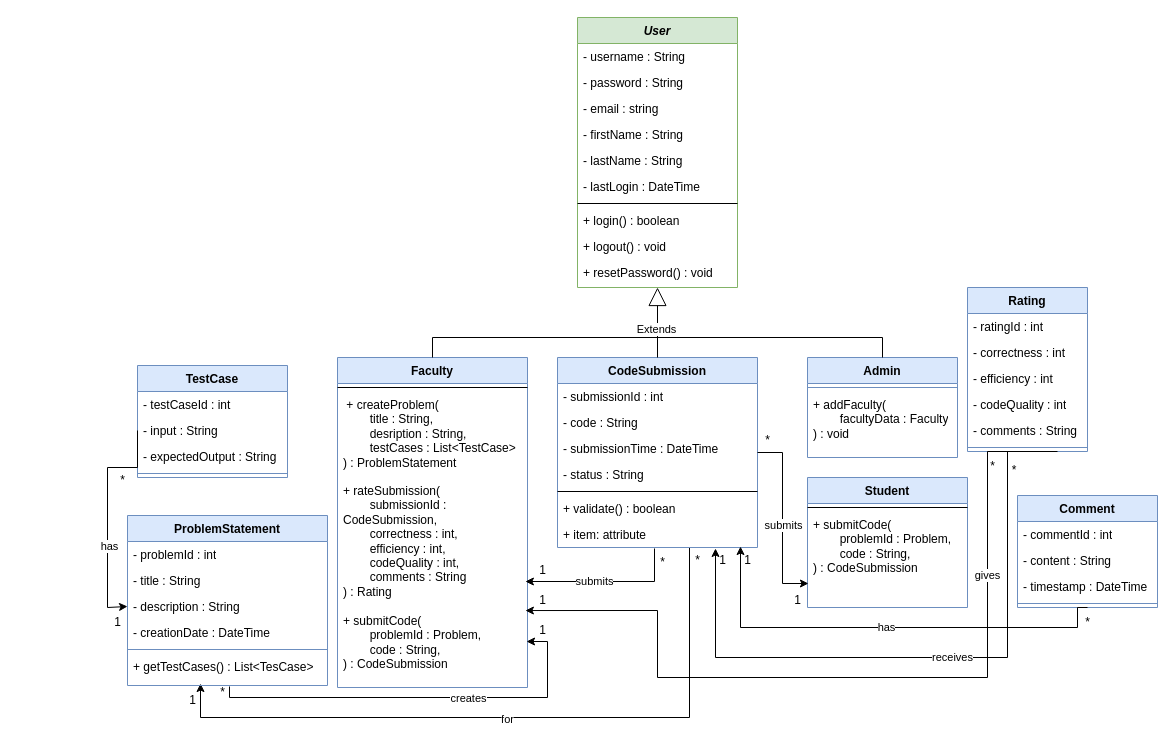
shamim36/Final-Defence-Diagram keeps this draw.io diagram as UML Class Diagram.drawio. Above is the earlier version. Source tidied: cells renumbered, new cells numbered last; positions are measured from the earlier drawing's top-left corner, leaving out a move shared by most shapes. Both pictures are drawn from the tidied source at 100%, with x=0, y=0 at pixel (17, 17).
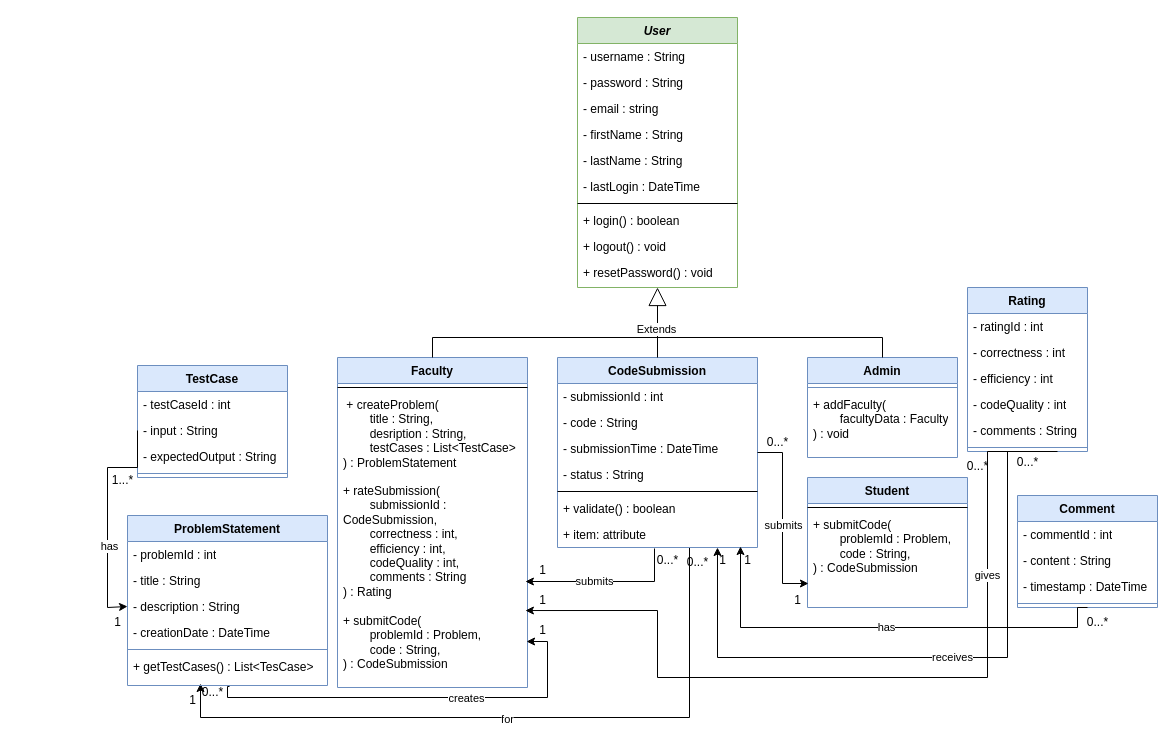
The same page after the edit.

The change refers to these unchanged cells:
```xml
<mxCell id="27" value="+ submitCode(&lt;div&gt;&lt;span style=&quot;white-space: pre;&quot;&gt;&#9;&lt;/span&gt;problemId : Problem,&lt;br&gt;&lt;/div&gt;&lt;div&gt;&lt;span style=&quot;white-space: pre;&quot;&gt;&#9;&lt;/span&gt;code : String,&lt;/div&gt;&lt;div&gt;) : CodeSubmission&lt;/div&gt;" style="text;strokeColor=none;fillColor=none;align=left;verticalAlign=top;spacingLeft=4;spacingRight=4;overflow=hidden;points=[[0,0.5],[1,0.5]];portConstraint=eastwest;whiteSpace=wrap;html=1;" parent="23" vertex="1">
  <mxGeometry y="250" width="190" height="80" as="geometry" />
</mxCell>
<mxCell id="31" value="Rating" style="swimlane;fontStyle=1;align=center;verticalAlign=top;horizontal=1;startSize=26;whiteSpace=wrap;html=1;fillColor=#dae8fc;strokeColor=#6c8ebf;" parent="1" vertex="1">
  <mxGeometry x="950" y="270" width="120" height="164" as="geometry" />
</mxCell>
<mxCell id="44" value="+ getTestCases() : List&amp;lt;TesCase&amp;gt;" style="text;strokeColor=none;fillColor=none;align=left;verticalAlign=top;spacingLeft=4;spacingRight=4;overflow=hidden;points=[[0,0.5],[1,0.5]];portConstraint=eastwest;whiteSpace=wrap;html=1;" parent="38" vertex="1">
  <mxGeometry y="138" width="200" height="32" as="geometry" />
</mxCell>
<mxCell id="73" value="1" style="text;html=1;align=center;verticalAlign=middle;points=[];strokeColor=none;fillColor=none;" parent="1" vertex="1">
  <mxGeometry x="690" y="528" width="30" height="30" as="geometry" />
</mxCell>
```

The edit, as a diff of the source:
```diff
@@
-    <mxCell id="63" value="*" style="text;html=1;align=center;verticalAlign=middle;strokeColor=none;fillColor=none;" parent="1" vertex="1">
-      <mxGeometry x="735" y="408" width="30" height="30" as="geometry" />
+    <mxCell id="63" value="0...*" style="text;html=1;align=center;verticalAlign=middle;strokeColor=none;fillColor=none;" parent="1" vertex="1">
+      <mxGeometry x="740" y="410" width="40" height="30" as="geometry" />
     </mxCell>
@@
-    <mxCell id="66" value="*" style="text;html=1;align=center;verticalAlign=middle;strokeColor=none;fillColor=none;" parent="1" vertex="1">
-      <mxGeometry x="960" y="434" width="30" height="30" as="geometry" />
+    <mxCell id="66" value="0...*" style="text;html=1;align=center;verticalAlign=middle;strokeColor=none;fillColor=none;" parent="1" vertex="1">
+      <mxGeometry x="940" y="434" width="40" height="30" as="geometry" />
     </mxCell>
@@
-    <mxCell id="69" value="*" style="text;html=1;align=center;verticalAlign=middle;points=[];strokeColor=none;fillColor=none;" parent="1" vertex="1">
-      <mxGeometry x="665" y="528" width="30" height="30" as="geometry" />
+    <mxCell id="69" value="0...*" style="text;html=1;align=center;verticalAlign=middle;points=[];strokeColor=none;fillColor=none;" parent="1" vertex="1">
+      <mxGeometry x="660" y="530" width="40" height="30" as="geometry" />
     </mxCell>
-    <mxCell id="70" style="edgeStyle=orthogonalEdgeStyle;rounded=0;jettySize=auto;html=1;exitX=0.75;exitY=1;exitDx=0;exitDy=0;entryX=1.1;entryY=0.1;entryDx=0;entryDy=0;entryPerimeter=0;" parent="1" edge="1" source="31" target="69">
+    <mxCell id="70" style="edgeStyle=orthogonalEdgeStyle;rounded=0;jettySize=auto;html=1;exitX=0.75;exitY=1;exitDx=0;exitDy=0;entryX=0.333;entryY=0.067;entryDx=0;entryDy=0;entryPerimeter=0;" parent="1" edge="1" source="31" target="73">
       <mxGeometry relative="1" as="geometry">
         <Array as="points">
           <mxPoint x="990" y="434" />
           <mxPoint x="990" y="640" />
-          <mxPoint x="698" y="640" />
+          <mxPoint x="700" y="640" />
         </Array>
       </mxGeometry>
     </mxCell>
@@
-    <mxCell id="72" value="*" style="text;html=1;align=center;verticalAlign=middle;strokeColor=none;fillColor=none;" parent="1" vertex="1">
-      <mxGeometry x="1055" y="590" width="30" height="30" as="geometry" />
+    <mxCell id="72" value="0...*" style="text;html=1;align=center;verticalAlign=middle;strokeColor=none;fillColor=none;" parent="1" vertex="1">
+      <mxGeometry x="1060" y="590" width="40" height="30" as="geometry" />
     </mxCell>
@@
-    <mxCell id="76" value="*" style="text;html=1;align=center;verticalAlign=middle;strokeColor=none;fillColor=none;" parent="1" vertex="1">
-      <mxGeometry x="90" y="448" width="30" height="30" as="geometry" />
+    <mxCell id="76" value="1...*" style="text;html=1;align=center;verticalAlign=middle;strokeColor=none;fillColor=none;" parent="1" vertex="1">
+      <mxGeometry x="85" y="448" width="40" height="30" as="geometry" />
     </mxCell>
@@
-    <mxCell id="80" value="*" style="text;html=1;align=center;verticalAlign=middle;strokeColor=none;fillColor=none;" parent="1" vertex="1">
-      <mxGeometry x="190" y="660" width="30" height="30" as="geometry" />
+    <mxCell id="80" value="0...*" style="text;html=1;align=center;verticalAlign=middle;strokeColor=none;fillColor=none;" parent="1" vertex="1">
+      <mxGeometry x="175" y="660" width="40" height="30" as="geometry" />
     </mxCell>
     <mxCell id="81" style="edgeStyle=orthogonalEdgeStyle;rounded=0;jettySize=auto;html=1;entryX=0.995;entryY=0.425;entryDx=0;entryDy=0;entryPerimeter=0;exitX=0.51;exitY=1.031;exitDx=0;exitDy=0;exitPerimeter=0;" parent="1" edge="1" source="44" target="27">
       <mxGeometry relative="1" as="geometry">
         <Array as="points">
-          <mxPoint x="212" y="680" />
+          <mxPoint x="210" y="669" />
+          <mxPoint x="210" y="680" />
           <mxPoint x="530" y="680" />
           <mxPoint x="530" y="624" />
         </Array>
       </mxGeometry>
     </mxCell>
@@
-    <mxCell id="84" value="&amp;nbsp;*" style="text;html=1;align=center;verticalAlign=middle;strokeColor=none;fillColor=none;" parent="1" vertex="1">
-      <mxGeometry x="980" y="438" width="30" height="30" as="geometry" />
+    <mxCell id="84" value="0...*" style="text;html=1;align=center;verticalAlign=middle;strokeColor=none;fillColor=none;" parent="1" vertex="1">
+      <mxGeometry x="990" y="430" width="40" height="30" as="geometry" />
     </mxCell>
@@
-    <mxCell id="87" value="*" style="text;html=1;align=center;verticalAlign=middle;strokeColor=none;fillColor=none;" parent="1" vertex="1">
-      <mxGeometry x="630" y="530" width="30" height="30" as="geometry" />
+    <mxCell id="87" value="0...*" style="text;html=1;align=center;verticalAlign=middle;strokeColor=none;fillColor=none;" parent="1" vertex="1">
+      <mxGeometry x="630" y="528" width="40" height="30" as="geometry" />
     </mxCell>
```
